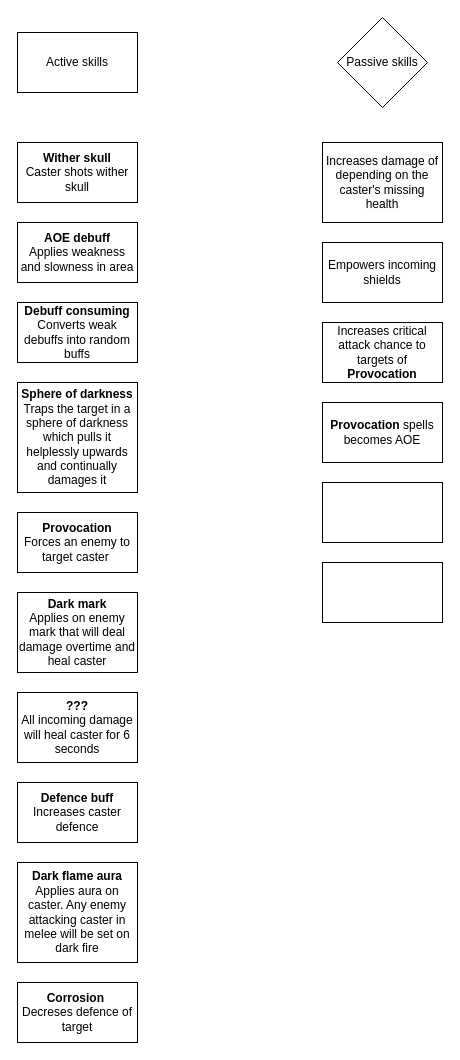
The draw.io diagram page "Dark knight skills" (3 of 9) of Solaris.drawio in x3rdev/solaris, before the edit. Source tidied: cells renumbered, new cells numbered last; positions are measured from the earlier drawing's top-left corner, leaving out a move shared by most shapes. Both pictures are drawn from the tidied source at 100%, with x=0, y=0 at pixel (17, 17).
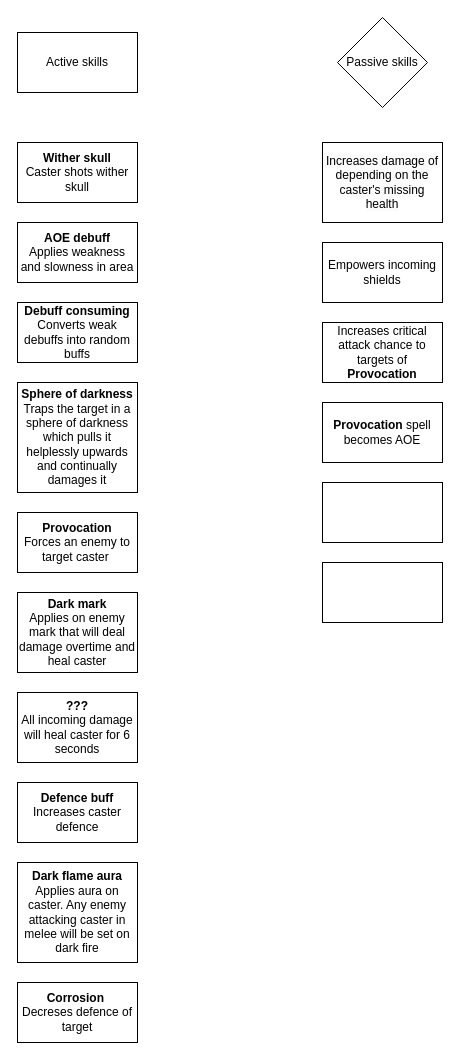
The same diagram, later.

The edit, as a diff of the source:
```diff
@@
 <mxGraphModel>
   <root>
     <mxCell id="0" />
     <mxCell id="1" parent="0" />
     <mxCell id="2" value="Active skills" style="rounded=0;whiteSpace=wrap;html=1;" parent="1" vertex="1">
       <mxGeometry y="15" width="120" height="60" as="geometry" />
     </mxCell>
     <mxCell id="3" value="Passive skills" style="rhombus;whiteSpace=wrap;html=1;" parent="1" vertex="1">
       <mxGeometry x="320" width="90" height="90" as="geometry" />
     </mxCell>
     <mxCell id="4" value="&lt;b&gt;Wither skull&lt;/b&gt;&lt;br&gt;Caster shots wither skull" style="rounded=0;whiteSpace=wrap;html=1;" parent="1" vertex="1">
       <mxGeometry y="125" width="120" height="60" as="geometry" />
     </mxCell>
     <mxCell id="5" value="&lt;b&gt;AOE debuff&lt;/b&gt;&lt;br&gt;Applies weakness and slowness in area" style="rounded=0;whiteSpace=wrap;html=1;" parent="1" vertex="1">
       <mxGeometry y="205" width="120" height="60" as="geometry" />
     </mxCell>
     <mxCell id="6" value="&lt;b&gt;Debuff consuming&lt;/b&gt;&lt;br&gt;Converts weak debuffs into random buffs" style="rounded=0;whiteSpace=wrap;html=1;" parent="1" vertex="1">
       <mxGeometry y="285" width="120" height="60" as="geometry" />
     </mxCell>
     <mxCell id="7" value="&lt;b&gt;Sphere of darkness&lt;br&gt;&lt;/b&gt;Traps the target in a sphere of darkness which pulls it helplessly upwards and continually damages it&lt;b&gt;&lt;br&gt;&lt;/b&gt;" style="rounded=0;whiteSpace=wrap;html=1;" parent="1" vertex="1">
       <mxGeometry y="365" width="120" height="110" as="geometry" />
     </mxCell>
     <mxCell id="8" value="&lt;b&gt;Provocation&lt;/b&gt;&lt;br&gt;Forces an enemy to target caster&amp;nbsp;" style="rounded=0;whiteSpace=wrap;html=1;" parent="1" vertex="1">
       <mxGeometry y="495" width="120" height="60" as="geometry" />
     </mxCell>
     <mxCell id="9" value="&lt;b&gt;Dark mark&lt;/b&gt;&lt;br&gt;Applies on enemy mark that will deal damage overtime and heal caster" style="rounded=0;whiteSpace=wrap;html=1;" parent="1" vertex="1">
       <mxGeometry y="575" width="120" height="80" as="geometry" />
     </mxCell>
     <mxCell id="10" value="&lt;b&gt;???&lt;/b&gt;&lt;br&gt;All incoming damage will heal caster for 6 seconds" style="rounded=0;whiteSpace=wrap;html=1;" parent="1" vertex="1">
       <mxGeometry y="675" width="120" height="70" as="geometry" />
     </mxCell>
     <mxCell id="11" value="&lt;b&gt;Defence buff&lt;/b&gt;&lt;br&gt;Increases caster defence" style="rounded=0;whiteSpace=wrap;html=1;" parent="1" vertex="1">
       <mxGeometry y="765" width="120" height="60" as="geometry" />
     </mxCell>
     <mxCell id="12" value="&lt;b&gt;Dark flame aura&lt;/b&gt;&lt;br&gt;Applies aura on caster. Any enemy attacking caster in melee will be set on dark fire" style="rounded=0;whiteSpace=wrap;html=1;" parent="1" vertex="1">
       <mxGeometry y="845" width="120" height="100" as="geometry" />
     </mxCell>
     <mxCell id="13" value="&lt;b&gt;Corrosion&amp;nbsp;&lt;/b&gt;&lt;br&gt;Decreses defence of target" style="rounded=0;whiteSpace=wrap;html=1;" parent="1" vertex="1">
       <mxGeometry y="965" width="120" height="60" as="geometry" />
     </mxCell>
     <mxCell id="14" value="&lt;span style=&quot;color: rgb(0, 0, 0); font-family: Helvetica; font-size: 12px; font-style: normal; font-variant-ligatures: normal; font-variant-caps: normal; font-weight: 400; letter-spacing: normal; orphans: 2; text-align: center; text-indent: 0px; text-transform: none; widows: 2; word-spacing: 0px; -webkit-text-stroke-width: 0px; background-color: rgb(251, 251, 251); text-decoration-thickness: initial; text-decoration-style: initial; text-decoration-color: initial; float: none; display: inline !important;&quot;&gt;Increases damage of depending on the caster's missing health&lt;/span&gt;" style="rounded=0;whiteSpace=wrap;html=1;" parent="1" vertex="1">
       <mxGeometry x="305" y="125" width="120" height="80" as="geometry" />
     </mxCell>
     <mxCell id="15" value="Empowers incoming shields" style="rounded=0;whiteSpace=wrap;html=1;" parent="1" vertex="1">
       <mxGeometry x="305" y="225" width="120" height="60" as="geometry" />
     </mxCell>
     <mxCell id="16" value="Increases critical attack chance to targets of &lt;b&gt;Provocation&lt;/b&gt;" style="rounded=0;whiteSpace=wrap;html=1;" parent="1" vertex="1">
       <mxGeometry x="305" y="305" width="120" height="60" as="geometry" />
     </mxCell>
-    <mxCell id="17" value="&lt;b&gt;Provocation&lt;/b&gt;&amp;nbsp;spells becomes AOE" style="rounded=0;whiteSpace=wrap;html=1;" parent="1" vertex="1">
+    <mxCell id="17" value="&lt;b&gt;Provocation&lt;/b&gt;&amp;nbsp;spell becomes AOE" style="rounded=0;whiteSpace=wrap;html=1;" parent="1" vertex="1">
       <mxGeometry x="305" y="385" width="120" height="60" as="geometry" />
     </mxCell>
     <mxCell id="18" style="rounded=0;whiteSpace=wrap;html=1;" parent="1" vertex="1">
       <mxGeometry x="305" y="465" width="120" height="60" as="geometry" />
     </mxCell>
     <mxCell id="19" style="rounded=0;whiteSpace=wrap;html=1;" parent="1" vertex="1">
       <mxGeometry x="305" y="545" width="120" height="60" as="geometry" />
     </mxCell>
   </root>
 </mxGraphModel>
```
